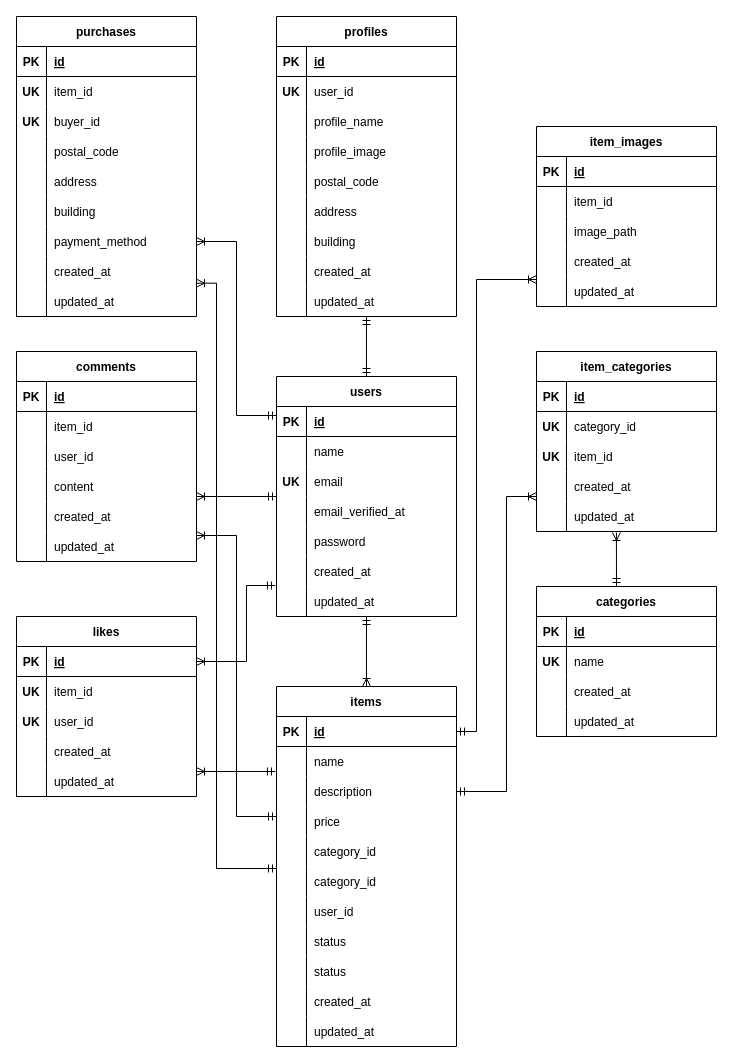
The draw.io diagram diagram.drawio in ichiki925/flea-market-app, before the edit. Source tidied: cells renumbered, new cells numbered last; positions are measured from the earlier drawing's top-left corner, leaving out a move shared by most shapes. Both pictures are drawn from the tidied source at 100%, with x=0, y=0 at pixel (16, 16).
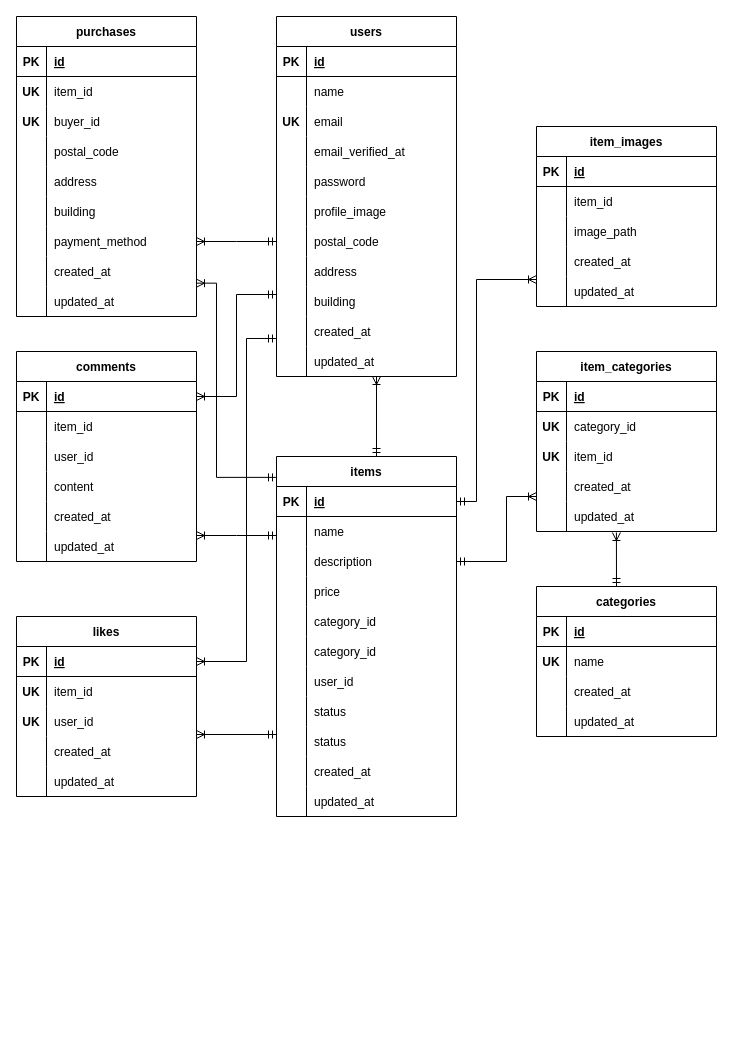
After the change.

Unchanged cells that the change refers to:
```xml
<mxCell id="18" style="shape=tableRow;horizontal=0;startSize=0;swimlaneHead=0;swimlaneBody=0;fillColor=none;top=0;left=0;right=0;bottom=0;" parent="2" vertex="1">
  <mxGeometry y="180" width="180" height="30" as="geometry" />
</mxCell>
<mxCell id="21" style="shape=tableRow;horizontal=0;startSize=0;swimlaneHead=0;swimlaneBody=0;fillColor=none;points=[[0,0.5],[1,0.5]];portConstraint=eastwest;top=0;left=0;right=0;bottom=0;" parent="2" vertex="1">
  <mxGeometry y="210" width="180" height="30" as="geometry" />
</mxCell>
<mxCell id="59" style="shape=tableRow;horizontal=0;startSize=0;swimlaneHead=0;swimlaneBody=0;fillColor=none;points=[[0,0.5],[1,0.5]];portConstraint=eastwest;top=0;left=0;right=0;bottom=0;" parent="40" vertex="1">
  <mxGeometry y="210" width="180" height="30" as="geometry" />
</mxCell>
<mxCell id="65" style="shape=tableRow;horizontal=0;startSize=0;swimlaneHead=0;swimlaneBody=0;fillColor=none;points=[[0,0.5],[1,0.5]];portConstraint=eastwest;top=0;left=0;right=0;bottom=0;" parent="40" vertex="1">
  <mxGeometry y="270" width="180" height="30" as="geometry" />
</mxCell>
<mxCell id="69" style="shape=tableRow;horizontal=0;startSize=0;swimlaneHead=0;swimlaneBody=0;fillColor=none;points=[[0,0.5],[1,0.5]];portConstraint=eastwest;top=0;left=0;right=0;bottom=1;" parent="68" vertex="1">
  <mxGeometry y="30" width="180" height="30" as="geometry" />
</mxCell>
<mxCell id="88" style="shape=tableRow;horizontal=0;startSize=0;swimlaneHead=0;swimlaneBody=0;fillColor=none;points=[[0,0.5],[1,0.5]];portConstraint=eastwest;top=0;left=0;right=0;bottom=1;" parent="87" vertex="1">
  <mxGeometry y="30" width="180" height="30" as="geometry" />
</mxCell>
<mxCell id="107" style="shape=tableRow;horizontal=0;startSize=0;swimlaneHead=0;swimlaneBody=0;fillColor=none;points=[[0,0.5],[1,0.5]];portConstraint=eastwest;top=0;left=0;right=0;bottom=0;" parent="103" vertex="1">
  <mxGeometry y="60" width="180" height="30" as="geometry" />
</mxCell>
```

Diff of the diagram source:
```diff
@@
     <mxCell id="2" value="users" style="shape=table;startSize=30;childLayout=tableLayout;rowLines=0;fontStyle=1;align=center;" parent="1" vertex="1">
-      <mxGeometry x="260" y="360" width="180" height="240" as="geometry" />
+      <mxGeometry x="260" width="180" height="360" as="geometry" />
     </mxCell>
@@
-    <mxCell id="20" value="created_at" style="shape=partialRectangle;fillColor=none;top=0;left=0;bottom=0;right=0;align=left;spacingLeft=6;overflow=hidden;" parent="18" vertex="1">
+    <mxCell id="20" value="profile_image" style="shape=partialRectangle;fillColor=none;top=0;left=0;bottom=0;right=0;align=left;spacingLeft=6;overflow=hidden;" parent="18" vertex="1">
       <mxGeometry x="30" width="150" height="30" as="geometry" />
     </mxCell>
@@
-    <mxCell id="23" value="updated_at" style="shape=partialRectangle;fillColor=none;top=0;left=0;bottom=0;right=0;align=left;spacingLeft=6;overflow=hidden;" parent="21" vertex="1">
+    <mxCell id="23" value="postal_code" style="shape=partialRectangle;fillColor=none;top=0;left=0;bottom=0;right=0;align=left;spacingLeft=6;overflow=hidden;" parent="21" vertex="1">
       <mxGeometry x="30" width="150" height="30" as="geometry" />
     </mxCell>
+    <mxCell id="193" style="shape=tableRow;horizontal=0;startSize=0;swimlaneHead=0;swimlaneBody=0;fillColor=none;top=0;left=0;right=0;bottom=0;" parent="2" vertex="1">
+      <mxGeometry y="240" width="180" height="30" as="geometry" />
+    </mxCell>
+    <mxCell id="205" style="shape=partialRectangle;fillColor=none;top=0;left=0;bottom=0;right=0;overflow=hidden;" parent="193" vertex="1">
+      <mxGeometry width="30" height="30" as="geometry" />
+    </mxCell>
+    <mxCell id="189" value="address" style="shape=partialRectangle;fillColor=none;top=0;left=0;bottom=0;right=0;align=left;spacingLeft=6;overflow=hidden;" parent="193" vertex="1">
+      <mxGeometry x="30" width="150" height="30" as="geometry" />
+    </mxCell>
+    <mxCell id="196" style="shape=tableRow;horizontal=0;startSize=0;swimlaneHead=0;swimlaneBody=0;fillColor=none;points=[[0,0.5],[1,0.5]];portConstraint=eastwest;top=0;left=0;right=0;bottom=0;" parent="2" vertex="1">
+      <mxGeometry y="270" width="180" height="30" as="geometry" />
+    </mxCell>
+    <mxCell id="206" style="shape=partialRectangle;fillColor=none;top=0;left=0;bottom=0;right=0;overflow=hidden;" parent="196" vertex="1">
+      <mxGeometry width="30" height="30" as="geometry" />
+    </mxCell>
+    <mxCell id="192" value="building" style="shape=partialRectangle;fillColor=none;top=0;left=0;bottom=0;right=0;align=left;spacingLeft=6;overflow=hidden;" parent="196" vertex="1">
+      <mxGeometry x="30" width="150" height="30" as="geometry" />
+    </mxCell>
+    <mxCell id="207" style="shape=tableRow;horizontal=0;startSize=0;swimlaneHead=0;swimlaneBody=0;fillColor=none;points=[[0,0.5],[1,0.5]];portConstraint=eastwest;top=0;left=0;right=0;bottom=0;" parent="2" vertex="1">
+      <mxGeometry y="300" width="180" height="30" as="geometry" />
+    </mxCell>
+    <mxCell id="208" style="shape=partialRectangle;fillColor=none;top=0;left=0;bottom=0;right=0;overflow=hidden;" parent="207" vertex="1">
+      <mxGeometry width="30" height="30" as="geometry" />
+    </mxCell>
+    <mxCell id="195" value="created_at" style="shape=partialRectangle;fillColor=none;top=0;left=0;bottom=0;right=0;align=left;spacingLeft=6;overflow=hidden;" parent="207" vertex="1">
+      <mxGeometry x="30" width="150" height="30" as="geometry" />
+    </mxCell>
+    <mxCell id="209" style="shape=tableRow;horizontal=0;startSize=0;swimlaneHead=0;swimlaneBody=0;fillColor=none;top=0;left=0;right=0;bottom=0;" parent="2" vertex="1">
+      <mxGeometry y="330" width="180" height="30" as="geometry" />
+    </mxCell>
+    <mxCell id="210" style="shape=partialRectangle;fillColor=none;top=0;left=0;bottom=0;right=0;overflow=hidden;" parent="209" vertex="1">
+      <mxGeometry width="30" height="30" as="geometry" />
+    </mxCell>
+    <mxCell id="198" value="updated_at" style="shape=partialRectangle;fillColor=none;top=0;left=0;bottom=0;right=0;align=left;spacingLeft=6;overflow=hidden;" parent="209" vertex="1">
+      <mxGeometry x="30" width="150" height="30" as="geometry" />
+    </mxCell>
@@
     <mxCell id="103" value="items" style="shape=table;startSize=30;childLayout=tableLayout;rowLines=0;fontStyle=1;align=center;" parent="1" vertex="1">
-      <mxGeometry x="260" y="670" width="180" height="360" as="geometry" />
+      <mxGeometry x="260" y="440" width="180" height="360" as="geometry" />
     </mxCell>
@@
-    <mxCell id="166" style="fontSize=12;html=1;endArrow=ERoneToMany;startArrow=ERmandOne;rounded=0;entryX=0.5;entryY=0;entryDx=0;entryDy=0;" parent="1" edge="1" target="103">
+    <mxCell id="166" style="fontSize=12;html=1;endArrow=ERoneToMany;startArrow=ERmandOne;rounded=0;" parent="1" edge="1">
       <mxGeometry relative="1" as="geometry">
-        <mxPoint x="350" y="600" as="sourcePoint" />
+        <mxPoint x="360" y="440" as="sourcePoint" />
+        <mxPoint x="360" y="360" as="targetPoint" />
       </mxGeometry>
     </mxCell>
@@
-    <mxCell id="170" style="fontSize=12;html=1;endArrow=ERoneToMany;startArrow=ERmandOne;rounded=0;exitX=-0.006;exitY=0.833;exitDx=0;exitDy=0;exitPerimeter=0;" parent="1" edge="1" source="107">
+    <mxCell id="170" style="fontSize=12;html=1;endArrow=ERoneToMany;startArrow=ERmandOne;rounded=0;" parent="1" edge="1">
       <mxGeometry relative="1" as="geometry">
-        <mxPoint x="180" y="755" as="targetPoint" />
+        <mxPoint x="260" y="718" as="sourcePoint" />
+        <mxPoint x="180" y="718" as="targetPoint" />
       </mxGeometry>
     </mxCell>
-    <mxCell id="171" value="profiles" style="shape=table;startSize=30;childLayout=tableLayout;rowLines=0;fontStyle=1;align=center;" parent="1" vertex="1">
-      <mxGeometry x="260" width="180" height="300" as="geometry" />
-    </mxCell>
-    <mxCell id="172" style="shape=tableRow;horizontal=0;startSize=0;swimlaneHead=0;swimlaneBody=0;fillColor=none;top=0;left=0;right=0;bottom=1;" parent="171" vertex="1">
-      <mxGeometry y="30" width="180" height="30" as="geometry" />
-    </mxCell>
-    <mxCell id="173" value="PK" style="shape=partialRectangle;fillColor=none;top=0;left=0;bottom=0;right=0;fontStyle=1;overflow=hidden;" parent="172" vertex="1">
-      <mxGeometry width="30" height="30" as="geometry" />
-    </mxCell>
-    <mxCell id="174" value="id" style="shape=partialRectangle;fillColor=none;top=0;left=0;bottom=0;right=0;align=left;spacingLeft=6;fontStyle=5;overflow=hidden;" parent="172" vertex="1">
-      <mxGeometry x="30" width="150" height="30" as="geometry" />
-    </mxCell>
-    <mxCell id="175" style="shape=tableRow;horizontal=0;startSize=0;swimlaneHead=0;swimlaneBody=0;fillColor=none;top=0;left=0;right=0;bottom=0;" parent="171" vertex="1">
-      <mxGeometry y="60" width="180" height="30" as="geometry" />
-    </mxCell>
-    <mxCell id="176" value="UK" style="shape=partialRectangle;fillColor=none;top=0;left=0;bottom=0;right=0;overflow=hidden;fontStyle=1;" parent="175" vertex="1">
-      <mxGeometry width="30" height="30" as="geometry" />
-    </mxCell>
-    <mxCell id="177" value="user_id" style="shape=partialRectangle;fillColor=none;top=0;left=0;bottom=0;right=0;align=left;spacingLeft=6;overflow=hidden;" parent="175" vertex="1">
-      <mxGeometry x="30" width="150" height="30" as="geometry" />
-    </mxCell>
-    <mxCell id="178" style="shape=tableRow;horizontal=0;startSize=0;swimlaneHead=0;swimlaneBody=0;fillColor=none;top=0;left=0;right=0;bottom=0;" parent="171" vertex="1">
-      <mxGeometry y="90" width="180" height="30" as="geometry" />
-    </mxCell>
-    <mxCell id="179" style="shape=partialRectangle;fillColor=none;top=0;left=0;bottom=0;right=0;overflow=hidden;" parent="178" vertex="1">
-      <mxGeometry width="30" height="30" as="geometry" />
-    </mxCell>
-    <mxCell id="180" value="profile_name" style="shape=partialRectangle;fillColor=none;top=0;left=0;bottom=0;right=0;align=left;spacingLeft=6;overflow=hidden;" parent="178" vertex="1">
-      <mxGeometry x="30" width="150" height="30" as="geometry" />
-    </mxCell>
-    <mxCell id="181" style="shape=tableRow;horizontal=0;startSize=0;swimlaneHead=0;swimlaneBody=0;fillColor=none;top=0;left=0;right=0;bottom=0;" parent="171" vertex="1">
-      <mxGeometry y="120" width="180" height="30" as="geometry" />
-    </mxCell>
-    <mxCell id="182" style="shape=partialRectangle;fillColor=none;top=0;left=0;bottom=0;right=0;overflow=hidden;" parent="181" vertex="1">
-      <mxGeometry width="30" height="30" as="geometry" />
-    </mxCell>
-    <mxCell id="183" value="profile_image" style="shape=partialRectangle;fillColor=none;top=0;left=0;bottom=0;right=0;align=left;spacingLeft=6;overflow=hidden;" parent="181" vertex="1">
-      <mxGeometry x="30" width="150" height="30" as="geometry" />
-    </mxCell>
-    <mxCell id="184" style="shape=tableRow;horizontal=0;startSize=0;swimlaneHead=0;swimlaneBody=0;fillColor=none;top=0;left=0;right=0;bottom=0;" parent="171" vertex="1">
-      <mxGeometry y="150" width="180" height="30" as="geometry" />
-    </mxCell>
-    <mxCell id="185" style="shape=partialRectangle;fillColor=none;top=0;left=0;bottom=0;right=0;overflow=hidden;" parent="184" vertex="1">
-      <mxGeometry width="30" height="30" as="geometry" />
-    </mxCell>
-    <mxCell id="186" value="postal_code" style="shape=partialRectangle;fillColor=none;top=0;left=0;bottom=0;right=0;align=left;spacingLeft=6;overflow=hidden;" parent="184" vertex="1">
-      <mxGeometry x="30" width="150" height="30" as="geometry" />
-    </mxCell>
-    <mxCell id="187" style="shape=tableRow;horizontal=0;startSize=0;swimlaneHead=0;swimlaneBody=0;fillColor=none;top=0;left=0;right=0;bottom=0;" parent="171" vertex="1">
-      <mxGeometry y="180" width="180" height="30" as="geometry" />
-    </mxCell>
-    <mxCell id="188" style="shape=partialRectangle;fillColor=none;top=0;left=0;bottom=0;right=0;overflow=hidden;" parent="187" vertex="1">
-      <mxGeometry width="30" height="30" as="geometry" />
-    </mxCell>
-    <mxCell id="189" value="address" style="shape=partialRectangle;fillColor=none;top=0;left=0;bottom=0;right=0;align=left;spacingLeft=6;overflow=hidden;" parent="187" vertex="1">
-      <mxGeometry x="30" width="150" height="30" as="geometry" />
-    </mxCell>
-    <mxCell id="190" style="shape=tableRow;horizontal=0;startSize=0;swimlaneHead=0;swimlaneBody=0;fillColor=none;top=0;left=0;right=0;bottom=0;" parent="171" vertex="1">
-      <mxGeometry y="210" width="180" height="30" as="geometry" />
-    </mxCell>
-    <mxCell id="191" style="shape=partialRectangle;fillColor=none;top=0;left=0;bottom=0;right=0;overflow=hidden;" parent="190" vertex="1">
-      <mxGeometry width="30" height="30" as="geometry" />
-    </mxCell>
-    <mxCell id="192" value="building" style="shape=partialRectangle;fillColor=none;top=0;left=0;bottom=0;right=0;align=left;spacingLeft=6;overflow=hidden;" parent="190" vertex="1">
-      <mxGeometry x="30" width="150" height="30" as="geometry" />
-    </mxCell>
-    <mxCell id="193" style="shape=tableRow;horizontal=0;startSize=0;swimlaneHead=0;swimlaneBody=0;fillColor=none;top=0;left=0;right=0;bottom=0;" parent="171" vertex="1">
-      <mxGeometry y="240" width="180" height="30" as="geometry" />
-    </mxCell>
-    <mxCell id="194" style="shape=partialRectangle;fillColor=none;top=0;left=0;bottom=0;right=0;overflow=hidden;" parent="193" vertex="1">
-      <mxGeometry width="30" height="30" as="geometry" />
-    </mxCell>
-    <mxCell id="195" value="created_at" style="shape=partialRectangle;fillColor=none;top=0;left=0;bottom=0;right=0;align=left;spacingLeft=6;overflow=hidden;" parent="193" vertex="1">
-      <mxGeometry x="30" width="150" height="30" as="geometry" />
-    </mxCell>
-    <mxCell id="196" style="shape=tableRow;horizontal=0;startSize=0;swimlaneHead=0;swimlaneBody=0;fillColor=none;points=[[0,0.5],[1,0.5]];portConstraint=eastwest;top=0;left=0;right=0;bottom=0;" parent="171" vertex="1">
-      <mxGeometry y="270" width="180" height="30" as="geometry" />
-    </mxCell>
-    <mxCell id="197" style="shape=partialRectangle;fillColor=none;top=0;left=0;bottom=0;right=0;overflow=hidden;" parent="196" vertex="1">
-      <mxGeometry width="30" height="30" as="geometry" />
-    </mxCell>
-    <mxCell id="198" value="updated_at" style="shape=partialRectangle;fillColor=none;top=0;left=0;bottom=0;right=0;align=left;spacingLeft=6;overflow=hidden;" parent="196" vertex="1">
-      <mxGeometry x="30" width="150" height="30" as="geometry" />
-    </mxCell>
-    <mxCell id="199" style="fontSize=12;html=1;endArrow=ERmandOne;startArrow=ERmandOne;exitX=0.5;exitY=0;exitDx=0;exitDy=0;" parent="1" edge="1" source="2" target="196">
-      <mxGeometry relative="1" as="geometry" />
-    </mxCell>
-    <mxCell id="200" style="edgeStyle=elbowEdgeStyle;fontSize=12;html=1;endArrow=ERoneToMany;startArrow=ERmandOne;rounded=0;exitX=-0.006;exitY=-0.033;exitDx=0;exitDy=0;exitPerimeter=0;entryX=1;entryY=0.5;entryDx=0;entryDy=0;" parent="1" edge="1" source="21" target="88">
+    <mxCell id="200" style="edgeStyle=elbowEdgeStyle;fontSize=12;html=1;endArrow=ERoneToMany;startArrow=ERmandOne;rounded=0;exitX=0;exitY=0.733;exitDx=0;exitDy=0;exitPerimeter=0;entryX=1;entryY=0.5;entryDx=0;entryDy=0;" parent="1" edge="1" source="207" target="88">
       <mxGeometry relative="1" as="geometry">
         <Array as="points">
           <mxPoint x="230" y="580" />
         </Array>
       </mxGeometry>
     </mxCell>
-    <mxCell id="201" style="fontSize=12;html=1;endArrow=ERoneToMany;startArrow=ERmandOne;rounded=0;" parent="1" edge="1">
+    <mxCell id="201" style="fontSize=12;html=1;endArrow=ERoneToMany;startArrow=ERmandOne;rounded=0;edgeStyle=elbowEdgeStyle;entryX=1;entryY=0.5;entryDx=0;entryDy=0;" parent="1" edge="1" target="69">
       <mxGeometry relative="1" as="geometry">
-        <mxPoint x="260" y="480" as="sourcePoint" />
-        <mxPoint x="180" y="480" as="targetPoint" />
+        <mxPoint x="260" y="278" as="sourcePoint" />
       </mxGeometry>
     </mxCell>
-    <mxCell id="202" style="edgeStyle=elbowEdgeStyle;fontSize=12;html=1;endArrow=ERoneToMany;startArrow=ERmandOne;rounded=0;entryX=1;entryY=0.5;entryDx=0;entryDy=0;" parent="1" edge="1" target="59">
-      <mxGeometry relative="1" as="geometry">
-        <mxPoint x="260" y="399" as="sourcePoint" />
-      </mxGeometry>
+    <mxCell id="202" style="edgeStyle=elbowEdgeStyle;fontSize=12;html=1;endArrow=ERoneToMany;startArrow=ERmandOne;rounded=0;entryX=1;entryY=0.5;entryDx=0;entryDy=0;exitX=0;exitY=0.5;exitDx=0;exitDy=0;" parent="1" edge="1" source="21" target="59">
+      <mxGeometry relative="1" as="geometry" />
     </mxCell>
-    <mxCell id="203" style="edgeStyle=elbowEdgeStyle;fontSize=12;html=1;endArrow=ERoneToMany;startArrow=ERmandOne;rounded=0;entryX=1;entryY=-0.111;entryDx=0;entryDy=0;entryPerimeter=0;" parent="1" edge="1" target="65">
+    <mxCell id="203" style="edgeStyle=elbowEdgeStyle;fontSize=12;html=1;endArrow=ERoneToMany;startArrow=ERmandOne;rounded=0;entryX=1;entryY=-0.111;entryDx=0;entryDy=0;entryPerimeter=0;exitX=0;exitY=0.058;exitDx=0;exitDy=0;exitPerimeter=0;" parent="1" edge="1" source="103" target="65">
       <mxGeometry relative="1" as="geometry">
-        <mxPoint x="260" y="852" as="sourcePoint" />
         <Array as="points">
           <mxPoint x="200" y="560" />
         </Array>
       </mxGeometry>
     </mxCell>
-    <mxCell id="204" style="edgeStyle=elbowEdgeStyle;fontSize=12;html=1;endArrow=ERoneToMany;startArrow=ERmandOne;rounded=0;" parent="1" edge="1">
+    <mxCell id="204" style="fontSize=12;html=1;endArrow=ERoneToMany;startArrow=ERmandOne;rounded=0;" parent="1" edge="1">
       <mxGeometry relative="1" as="geometry">
-        <mxPoint x="260" y="800" as="sourcePoint" />
+        <mxPoint x="260" y="519" as="sourcePoint" />
         <mxPoint x="180" y="519" as="targetPoint" />
         <Array as="points">
-          <mxPoint x="220" y="670" />
+          <mxPoint x="220" y="519" />
         </Array>
       </mxGeometry>
     </mxCell>
```
